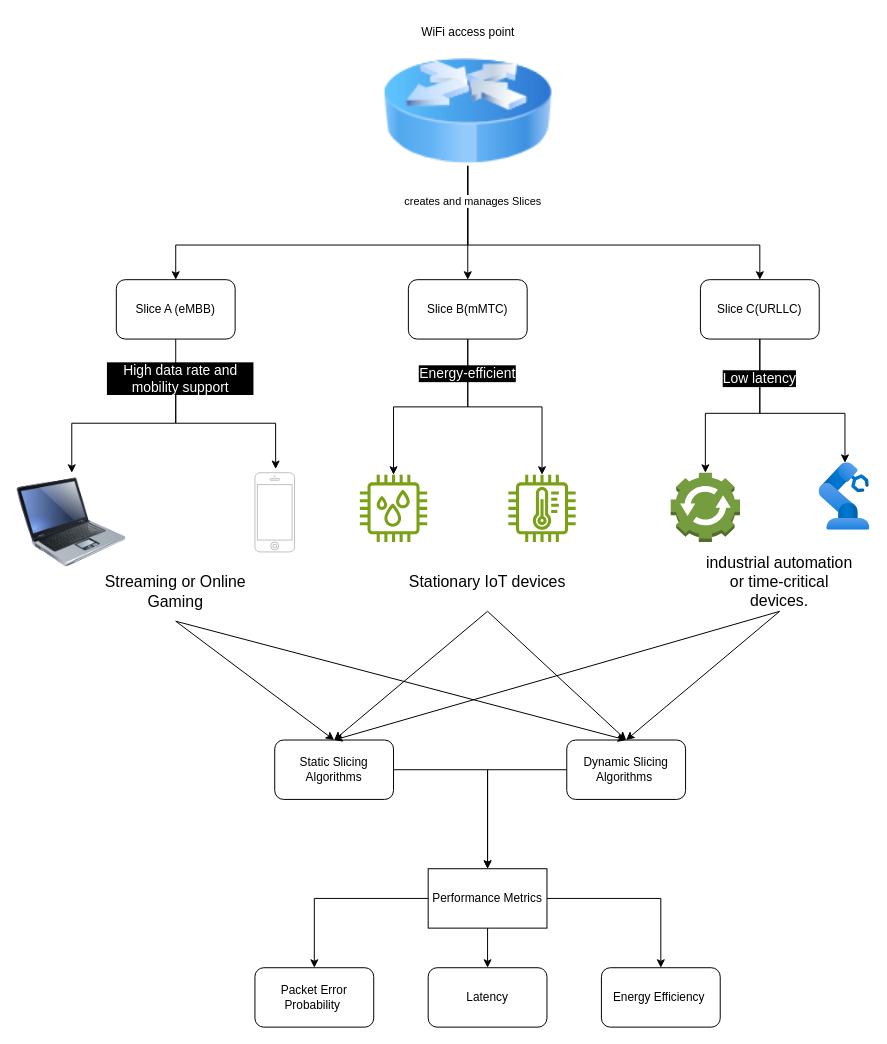
illuminatryX/5G-network-slicing keeps this draw.io diagram as Untitled Diagram.drawio. Above is the earlier version. Source tidied: cells renumbered, new cells numbered last; positions are measured from the earlier drawing's top-left corner, leaving out a move shared by most shapes. Both pictures are drawn from the tidied source at 99%, with x=0, y=0 at pixel (17, 17).
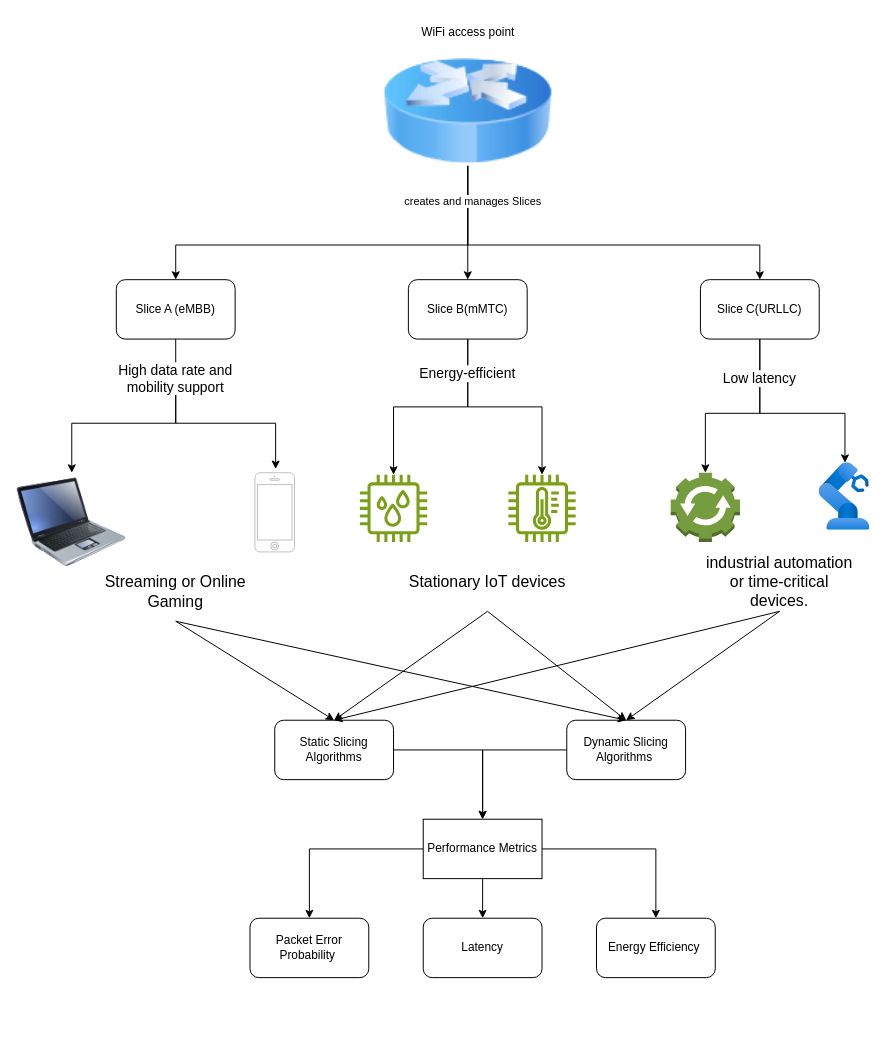
Above is the later version.

The edit, as a diff of the source:
```diff
@@
-    <mxCell id="25" value="&lt;span style=&quot;text-align: start;&quot;&gt;&lt;font style=&quot;font-size: 14px;&quot; color=&quot;#ffffff&quot;&gt;High data rate and mobility support&lt;/font&gt;&lt;/span&gt;" style="text;html=1;align=center;verticalAlign=middle;whiteSpace=wrap;rounded=0;labelBackgroundColor=#000000;" parent="1" vertex="1">
-      <mxGeometry x="90" y="350" width="150" height="30" as="geometry" />
+    <mxCell id="25" value="&lt;span style=&quot;text-align: start;&quot;&gt;&lt;font style=&quot;font-size: 14px;&quot;&gt;High data rate and mobility support&lt;/font&gt;&lt;/span&gt;" style="text;html=1;align=center;verticalAlign=middle;whiteSpace=wrap;rounded=0;labelBackgroundColor=#FFFFFF;" parent="1" vertex="1">
+      <mxGeometry x="85" y="350" width="150" height="30" as="geometry" />
     </mxCell>
-    <mxCell id="26" value="&lt;span style=&quot;text-align: start;&quot;&gt;&lt;font style=&quot;font-size: 14px;&quot; color=&quot;#ffffff&quot;&gt;Energy-efficient&lt;/font&gt;&lt;/span&gt;" style="text;html=1;align=center;verticalAlign=middle;whiteSpace=wrap;rounded=0;labelBackgroundColor=#000000;" parent="1" vertex="1">
+    <mxCell id="26" value="&lt;span style=&quot;text-align: start;&quot;&gt;&lt;font style=&quot;font-size: 14px;&quot;&gt;Energy-efficient&lt;/font&gt;&lt;/span&gt;" style="text;html=1;align=center;verticalAlign=middle;whiteSpace=wrap;rounded=0;labelBackgroundColor=#FFFFFF;" parent="1" vertex="1">
       <mxGeometry x="380" y="350" width="150" height="20" as="geometry" />
     </mxCell>
-    <mxCell id="27" value="&lt;span style=&quot;text-align: start;&quot;&gt;&lt;font style=&quot;font-size: 14px;&quot; color=&quot;#ffffff&quot;&gt;Low latency&lt;/font&gt;&lt;/span&gt;" style="text;html=1;align=center;verticalAlign=middle;whiteSpace=wrap;rounded=0;labelBackgroundColor=#000000;" parent="1" vertex="1">
+    <mxCell id="27" value="&lt;span style=&quot;text-align: start;&quot;&gt;&lt;font style=&quot;font-size: 14px;&quot;&gt;Low latency&lt;/font&gt;&lt;/span&gt;" style="text;html=1;align=center;verticalAlign=middle;whiteSpace=wrap;rounded=0;labelBackgroundColor=#FFFFFF;" parent="1" vertex="1">
       <mxGeometry x="675" y="350" width="150" height="30" as="geometry" />
     </mxCell>
@@
     <mxCell id="29" value="Static Slicing Algorithms" style="rounded=1;whiteSpace=wrap;html=1;" parent="1" vertex="1">
-      <mxGeometry x="260" y="730" width="120" height="60" as="geometry" />
+      <mxGeometry x="260" y="710" width="120" height="60" as="geometry" />
     </mxCell>
@@
     <mxCell id="31" value="Dynamic Slicing Algorithms&amp;nbsp;" style="rounded=1;whiteSpace=wrap;html=1;" parent="1" vertex="1">
-      <mxGeometry x="555" y="730" width="120" height="60" as="geometry" />
+      <mxGeometry x="555" y="710" width="120" height="60" as="geometry" />
     </mxCell>
@@
     <mxCell id="41" value="Performance Metrics" style="rounded=0;whiteSpace=wrap;html=1;" parent="1" vertex="1">
-      <mxGeometry x="415" y="860" width="120" height="60" as="geometry" />
+      <mxGeometry x="410" y="810" width="120" height="60" as="geometry" />
     </mxCell>
     <mxCell id="42" value="Packet Error Probability&amp;nbsp;" style="rounded=1;whiteSpace=wrap;html=1;" parent="1" vertex="1">
-      <mxGeometry x="240" y="960" width="120" height="60" as="geometry" />
+      <mxGeometry x="235" y="910" width="120" height="60" as="geometry" />
     </mxCell>
     <mxCell id="43" value="Latency" style="rounded=1;whiteSpace=wrap;html=1;" parent="1" vertex="1">
-      <mxGeometry x="415" y="960" width="120" height="60" as="geometry" />
+      <mxGeometry x="410" y="910" width="120" height="60" as="geometry" />
     </mxCell>
     <mxCell id="44" value="Energy Efficiency&amp;nbsp;" style="rounded=1;whiteSpace=wrap;html=1;" parent="1" vertex="1">
-      <mxGeometry x="590" y="960" width="120" height="60" as="geometry" />
+      <mxGeometry x="585" y="910" width="120" height="60" as="geometry" />
     </mxCell>
```
